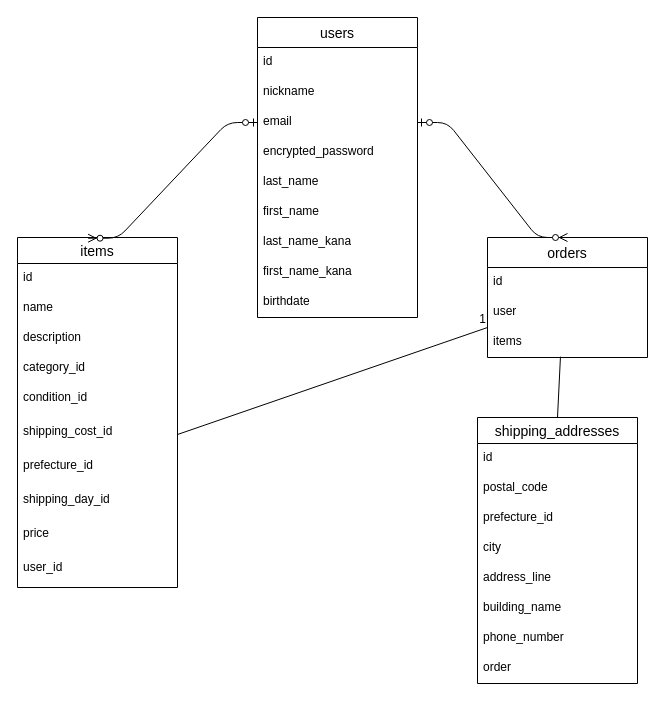
The draw.io diagram furima-41578.dio in kei0316/furima-41578, before the edit. Source tidied: cells renumbered, new cells numbered last; positions are measured from the earlier drawing's top-left corner, leaving out a move shared by most shapes. Both pictures are drawn from the tidied source at 100%, with x=0, y=0 at pixel (17, 17).
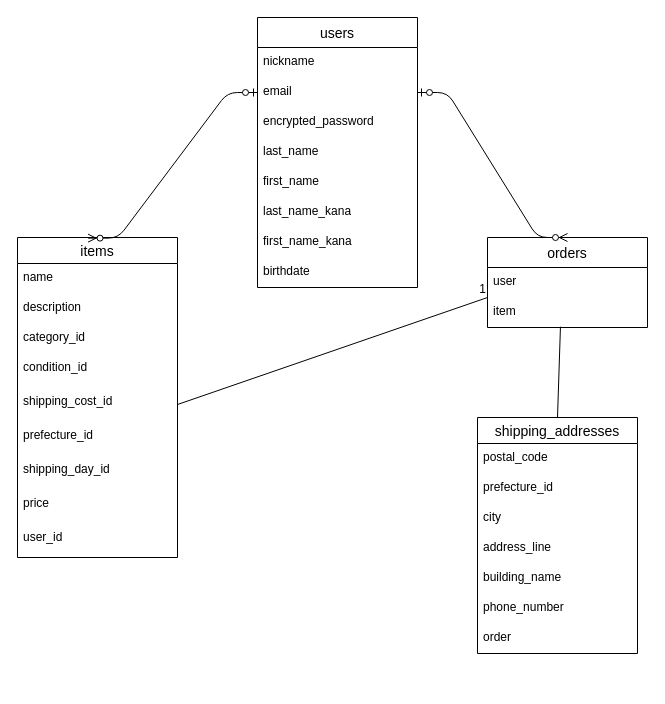
Above is the later version.

Commit message (it also covers changes not shown here):
修正しました。

Diff of the diagram source:
```diff
@@
     <mxCell id="2" value="items" style="swimlane;fontStyle=0;horizontal=1;startSize=26;align=center;fontSize=14;" parent="1" vertex="1">
-      <mxGeometry y="220" width="160" height="350" as="geometry" />
+      <mxGeometry y="220" width="160" height="320" as="geometry" />
     </mxCell>
-    <mxCell id="3" value="id" style="text;strokeColor=none;fillColor=none;spacingLeft=4;spacingRight=4;overflow=hidden;fontSize=12;whiteSpace=wrap;html=1;" parent="2" vertex="1">
-      <mxGeometry y="26" width="160" height="30" as="geometry" />
-    </mxCell>
     <mxCell id="4" value="name" style="text;strokeColor=none;fillColor=none;spacingLeft=4;spacingRight=4;overflow=hidden;fontSize=12;whiteSpace=wrap;html=1;" parent="2" vertex="1">
-      <mxGeometry y="56" width="160" height="30" as="geometry" />
+      <mxGeometry y="26" width="160" height="30" as="geometry" />
     </mxCell>
     <mxCell id="5" value="description" style="text;strokeColor=none;fillColor=none;spacingLeft=4;spacingRight=4;overflow=hidden;fontSize=12;whiteSpace=wrap;html=1;" parent="2" vertex="1">
-      <mxGeometry y="86" width="160" height="30" as="geometry" />
+      <mxGeometry y="56" width="160" height="30" as="geometry" />
     </mxCell>
     <mxCell id="6" value="category_id" style="text;strokeColor=none;fillColor=none;spacingLeft=4;spacingRight=4;overflow=hidden;fontSize=12;whiteSpace=wrap;html=1;" parent="2" vertex="1">
-      <mxGeometry y="116" width="160" height="30" as="geometry" />
+      <mxGeometry y="86" width="160" height="30" as="geometry" />
     </mxCell>
     <mxCell id="7" value="condition_id" style="text;strokeColor=none;fillColor=none;spacingLeft=4;spacingRight=4;overflow=hidden;fontSize=12;whiteSpace=wrap;html=1;" parent="2" vertex="1">
-      <mxGeometry y="146" width="160" height="34" as="geometry" />
+      <mxGeometry y="116" width="160" height="34" as="geometry" />
     </mxCell>
     <mxCell id="8" value="shipping_cost_id" style="text;strokeColor=none;fillColor=none;spacingLeft=4;spacingRight=4;overflow=hidden;points=[[0,0.5],[1,0.5]];portConstraint=eastwest;fontSize=12;whiteSpace=wrap;html=1;" parent="2" vertex="1">
-      <mxGeometry y="180" width="160" height="34" as="geometry" />
+      <mxGeometry y="150" width="160" height="34" as="geometry" />
     </mxCell>
     <mxCell id="9" value="prefecture_id" style="text;strokeColor=none;fillColor=none;spacingLeft=4;spacingRight=4;overflow=hidden;fontSize=12;whiteSpace=wrap;html=1;" parent="2" vertex="1">
-      <mxGeometry y="214" width="160" height="34" as="geometry" />
+      <mxGeometry y="184" width="160" height="34" as="geometry" />
     </mxCell>
     <mxCell id="10" value="shipping_day_id" style="text;strokeColor=none;fillColor=none;spacingLeft=4;spacingRight=4;overflow=hidden;fontSize=12;whiteSpace=wrap;html=1;" parent="2" vertex="1">
-      <mxGeometry y="248" width="160" height="34" as="geometry" />
+      <mxGeometry y="218" width="160" height="34" as="geometry" />
     </mxCell>
     <mxCell id="11" value="price" style="text;strokeColor=none;fillColor=none;spacingLeft=4;spacingRight=4;overflow=hidden;fontSize=12;whiteSpace=wrap;html=1;" parent="2" vertex="1">
-      <mxGeometry y="282" width="160" height="34" as="geometry" />
+      <mxGeometry y="252" width="160" height="34" as="geometry" />
     </mxCell>
     <mxCell id="12" value="user_id" style="text;strokeColor=none;fillColor=none;spacingLeft=4;spacingRight=4;overflow=hidden;fontSize=12;whiteSpace=wrap;html=1;" parent="2" vertex="1">
-      <mxGeometry y="316" width="160" height="34" as="geometry" />
+      <mxGeometry y="286" width="160" height="34" as="geometry" />
     </mxCell>
     <mxCell id="13" value="orders" style="swimlane;fontStyle=0;horizontal=1;startSize=30;align=center;fontSize=14;" parent="1" vertex="1">
-      <mxGeometry x="470" y="220" width="160" height="120" as="geometry" />
+      <mxGeometry x="470" y="220" width="160" height="90" as="geometry" />
     </mxCell>
-    <mxCell id="14" value="id" style="text;strokeColor=none;fillColor=none;spacingLeft=4;spacingRight=4;overflow=hidden;fontSize=12;whiteSpace=wrap;html=1;" parent="13" vertex="1">
-      <mxGeometry y="30" width="160" height="30" as="geometry" />
-    </mxCell>
     <mxCell id="15" value="user" style="text;strokeColor=none;fillColor=none;spacingLeft=4;spacingRight=4;overflow=hidden;fontSize=12;whiteSpace=wrap;html=1;" parent="13" vertex="1">
-      <mxGeometry y="60" width="160" height="30" as="geometry" />
+      <mxGeometry y="30" width="160" height="30" as="geometry" />
     </mxCell>
-    <mxCell id="16" value="items" style="text;strokeColor=none;fillColor=none;spacingLeft=4;spacingRight=4;overflow=hidden;points=[[0,0.5],[1,0.5]];portConstraint=eastwest;fontSize=12;whiteSpace=wrap;html=1;" parent="13" vertex="1">
-      <mxGeometry y="90" width="160" height="30" as="geometry" />
+    <mxCell id="16" value="item" style="text;strokeColor=none;fillColor=none;spacingLeft=4;spacingRight=4;overflow=hidden;points=[[0,0.5],[1,0.5]];portConstraint=eastwest;fontSize=12;whiteSpace=wrap;html=1;" parent="13" vertex="1">
+      <mxGeometry y="60" width="160" height="30" as="geometry" />
     </mxCell>
     <mxCell id="17" value="users" style="swimlane;fontStyle=0;horizontal=1;startSize=30;align=center;fontSize=14;" parent="1" vertex="1">
-      <mxGeometry x="240" width="160" height="300" as="geometry" />
+      <mxGeometry x="240" width="160" height="270" as="geometry" />
     </mxCell>
-    <mxCell id="18" value="id" style="text;strokeColor=none;fillColor=none;spacingLeft=4;spacingRight=4;overflow=hidden;fontSize=12;whiteSpace=wrap;html=1;" parent="17" vertex="1">
-      <mxGeometry y="30" width="160" height="30" as="geometry" />
-    </mxCell>
     <mxCell id="19" value="nickname" style="text;strokeColor=none;fillColor=none;spacingLeft=4;spacingRight=4;overflow=hidden;fontSize=12;whiteSpace=wrap;html=1;" parent="17" vertex="1">
-      <mxGeometry y="60" width="160" height="30" as="geometry" />
+      <mxGeometry y="30" width="160" height="30" as="geometry" />
     </mxCell>
     <mxCell id="20" value="email" style="text;strokeColor=none;fillColor=none;spacingLeft=4;spacingRight=4;overflow=hidden;points=[[0,0.5],[1,0.5]];portConstraint=eastwest;fontSize=12;whiteSpace=wrap;html=1;" parent="17" vertex="1">
-      <mxGeometry y="90" width="160" height="30" as="geometry" />
+      <mxGeometry y="60" width="160" height="30" as="geometry" />
     </mxCell>
     <mxCell id="21" value="encrypted_password" style="text;strokeColor=none;fillColor=none;spacingLeft=4;spacingRight=4;overflow=hidden;fontSize=12;whiteSpace=wrap;html=1;" parent="17" vertex="1">
-      <mxGeometry y="120" width="160" height="30" as="geometry" />
+      <mxGeometry y="90" width="160" height="30" as="geometry" />
     </mxCell>
     <mxCell id="22" value="last_name" style="text;strokeColor=none;fillColor=none;spacingLeft=4;spacingRight=4;overflow=hidden;fontSize=12;whiteSpace=wrap;html=1;" parent="17" vertex="1">
-      <mxGeometry y="150" width="160" height="30" as="geometry" />
+      <mxGeometry y="120" width="160" height="30" as="geometry" />
     </mxCell>
     <mxCell id="23" value="first_name" style="text;strokeColor=none;fillColor=none;spacingLeft=4;spacingRight=4;overflow=hidden;fontSize=12;whiteSpace=wrap;html=1;" parent="17" vertex="1">
-      <mxGeometry y="180" width="160" height="30" as="geometry" />
+      <mxGeometry y="150" width="160" height="30" as="geometry" />
     </mxCell>
     <mxCell id="24" value="last_name_kana" style="text;strokeColor=none;fillColor=none;spacingLeft=4;spacingRight=4;overflow=hidden;fontSize=12;whiteSpace=wrap;html=1;" parent="17" vertex="1">
-      <mxGeometry y="210" width="160" height="30" as="geometry" />
+      <mxGeometry y="180" width="160" height="30" as="geometry" />
     </mxCell>
     <mxCell id="25" value="first_name_kana" style="text;strokeColor=none;fillColor=none;spacingLeft=4;spacingRight=4;overflow=hidden;fontSize=12;whiteSpace=wrap;html=1;" parent="17" vertex="1">
-      <mxGeometry y="240" width="160" height="30" as="geometry" />
+      <mxGeometry y="210" width="160" height="30" as="geometry" />
     </mxCell>
     <mxCell id="26" value="birthdate" style="text;strokeColor=none;fillColor=none;spacingLeft=4;spacingRight=4;overflow=hidden;fontSize=12;whiteSpace=wrap;html=1;" parent="17" vertex="1">
-      <mxGeometry y="270" width="160" height="30" as="geometry" />
+      <mxGeometry y="240" width="160" height="30" as="geometry" />
     </mxCell>
@@
     <mxCell id="31" value="shipping_addresses" style="swimlane;fontStyle=0;horizontal=1;startSize=26;align=center;fontSize=14;" parent="1" vertex="1">
-      <mxGeometry x="460" y="400" width="160" height="266" as="geometry" />
+      <mxGeometry x="460" y="400" width="160" height="236" as="geometry" />
     </mxCell>
-    <mxCell id="32" value="id" style="text;strokeColor=none;fillColor=none;spacingLeft=4;spacingRight=4;overflow=hidden;fontSize=12;whiteSpace=wrap;html=1;" parent="31" vertex="1">
-      <mxGeometry y="26" width="160" height="30" as="geometry" />
-    </mxCell>
     <mxCell id="33" value="postal_code" style="text;strokeColor=none;fillColor=none;spacingLeft=4;spacingRight=4;overflow=hidden;fontSize=12;whiteSpace=wrap;html=1;" parent="31" vertex="1">
-      <mxGeometry y="56" width="160" height="30" as="geometry" />
+      <mxGeometry y="26" width="160" height="30" as="geometry" />
     </mxCell>
     <mxCell id="34" value="prefecture_id" style="text;strokeColor=none;fillColor=none;spacingLeft=4;spacingRight=4;overflow=hidden;fontSize=12;whiteSpace=wrap;html=1;" parent="31" vertex="1">
-      <mxGeometry y="86" width="160" height="30" as="geometry" />
+      <mxGeometry y="56" width="160" height="30" as="geometry" />
     </mxCell>
     <mxCell id="35" value="city" style="text;strokeColor=none;fillColor=none;spacingLeft=4;spacingRight=4;overflow=hidden;fontSize=12;whiteSpace=wrap;html=1;" parent="31" vertex="1">
-      <mxGeometry y="116" width="160" height="30" as="geometry" />
+      <mxGeometry y="86" width="160" height="30" as="geometry" />
     </mxCell>
     <mxCell id="36" value="address_line" style="text;strokeColor=none;fillColor=none;spacingLeft=4;spacingRight=4;overflow=hidden;fontSize=12;whiteSpace=wrap;html=1;" parent="31" vertex="1">
-      <mxGeometry y="146" width="160" height="30" as="geometry" />
+      <mxGeometry y="116" width="160" height="30" as="geometry" />
     </mxCell>
     <mxCell id="37" value="building_name" style="text;strokeColor=none;fillColor=none;spacingLeft=4;spacingRight=4;overflow=hidden;fontSize=12;whiteSpace=wrap;html=1;" parent="31" vertex="1">
-      <mxGeometry y="176" width="160" height="30" as="geometry" />
+      <mxGeometry y="146" width="160" height="30" as="geometry" />
     </mxCell>
     <mxCell id="38" value="phone_number" style="text;strokeColor=none;fillColor=none;spacingLeft=4;spacingRight=4;overflow=hidden;fontSize=12;whiteSpace=wrap;html=1;" parent="31" vertex="1">
-      <mxGeometry y="206" width="160" height="30" as="geometry" />
+      <mxGeometry y="176" width="160" height="30" as="geometry" />
     </mxCell>
     <mxCell id="39" value="order" style="text;strokeColor=none;fillColor=none;spacingLeft=4;spacingRight=4;overflow=hidden;fontSize=12;whiteSpace=wrap;html=1;" parent="31" vertex="1">
-      <mxGeometry y="236" width="160" height="30" as="geometry" />
+      <mxGeometry y="206" width="160" height="30" as="geometry" />
     </mxCell>
```
